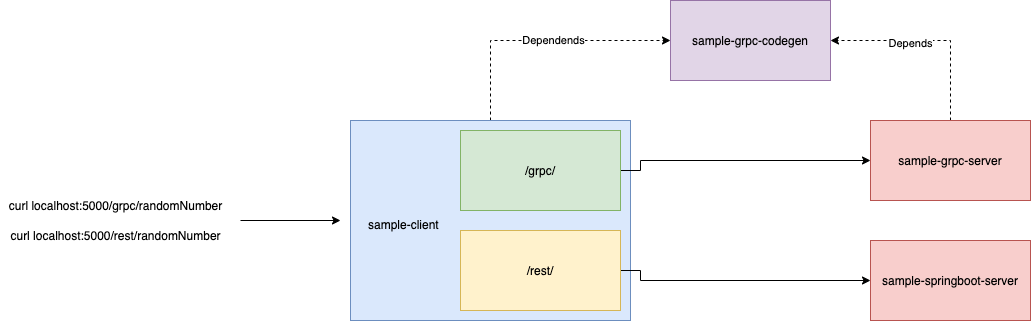
The draw.io diagram sample_grpc_project_architecture.png in recepinanc/spring-boot-grpc-benchmarking, before a commit. Source tidied: cells renumbered, new cells last; positions are measured from the earlier drawing's top-left corner, leaving out a move shared by most shapes. Source of this version:
```xml
<mxGraphModel>
  <root>
    <mxCell id="0" />
    <mxCell id="1" parent="0" />
    <mxCell id="2" value="sample-grpc-codegen" style="rounded=0;whiteSpace=wrap;html=1;fillColor=#e1d5e7;strokeColor=#9673a6;" parent="1" vertex="1">
      <mxGeometry x="670" width="160" height="80" as="geometry" />
    </mxCell>
    <mxCell id="3" style="edgeStyle=orthogonalEdgeStyle;rounded=0;jettySize=auto;html=1;exitX=0.5;exitY=0;exitDx=0;exitDy=0;entryX=1;entryY=0.5;entryDx=0;entryDy=0;dashed=1;" parent="1" edge="1" source="5" target="2">
      <mxGeometry relative="1" as="geometry" />
    </mxCell>
    <mxCell id="4" value="Depends" style="edgeLabel;html=1;align=center;verticalAlign=middle;" parent="3" vertex="1">
      <mxGeometry x="0.21" y="2" relative="1" as="geometry" />
    </mxCell>
    <mxCell id="5" value="sample-grpc-server" style="rounded=0;whiteSpace=wrap;html=1;fillColor=#f8cecc;strokeColor=#b85450;" parent="1" vertex="1">
      <mxGeometry x="870" y="120" width="160" height="80" as="geometry" />
    </mxCell>
    <mxCell id="6" value="sample-springboot-server" style="rounded=0;whiteSpace=wrap;html=1;fillColor=#f8cecc;strokeColor=#b85450;" parent="1" vertex="1">
      <mxGeometry x="870" y="240" width="160" height="80" as="geometry" />
    </mxCell>
    <mxCell id="7" style="edgeStyle=orthogonalEdgeStyle;rounded=0;jettySize=auto;html=1;exitX=0.5;exitY=0;exitDx=0;exitDy=0;entryX=0;entryY=0.5;entryDx=0;entryDy=0;dashed=1;" parent="1" edge="1" source="9" target="2">
      <mxGeometry relative="1" as="geometry" />
    </mxCell>
    <mxCell id="8" value="Dependends" style="edgeLabel;html=1;align=center;verticalAlign=middle;" parent="7" vertex="1">
      <mxGeometry x="0.09" y="1" relative="1" as="geometry" />
    </mxCell>
    <mxCell id="9" value="sample-client" style="rounded=0;whiteSpace=wrap;html=1;verticalAlign=middle;align=left;spacingLeft=16;spacingTop=8;fillColor=#dae8fc;strokeColor=#6c8ebf;" parent="1" vertex="1">
      <mxGeometry x="350" y="120" width="280" height="200" as="geometry" />
    </mxCell>
    <mxCell id="10" style="edgeStyle=orthogonalEdgeStyle;rounded=0;jettySize=auto;html=1;exitX=1;exitY=0.5;exitDx=0;exitDy=0;entryX=0;entryY=0.5;entryDx=0;entryDy=0;" parent="1" edge="1" source="11" target="5">
      <mxGeometry relative="1" as="geometry">
        <Array as="points">
          <mxPoint x="640" y="170" />
          <mxPoint x="640" y="160" />
        </Array>
      </mxGeometry>
    </mxCell>
    <mxCell id="11" value="/grpc/" style="rounded=0;whiteSpace=wrap;html=1;fillColor=#d5e8d4;strokeColor=#82b366;" parent="1" vertex="1">
      <mxGeometry x="460" y="130" width="160" height="80" as="geometry" />
    </mxCell>
    <mxCell id="12" style="edgeStyle=orthogonalEdgeStyle;rounded=0;jettySize=auto;html=1;exitX=1;exitY=0.5;exitDx=0;exitDy=0;entryX=0;entryY=0.5;entryDx=0;entryDy=0;" parent="1" edge="1" source="13" target="6">
      <mxGeometry relative="1" as="geometry">
        <Array as="points">
          <mxPoint x="640" y="270" />
          <mxPoint x="640" y="280" />
        </Array>
      </mxGeometry>
    </mxCell>
    <mxCell id="13" value="/rest/" style="rounded=0;whiteSpace=wrap;html=1;fillColor=#fff2cc;strokeColor=#d6b656;" parent="1" vertex="1">
      <mxGeometry x="460" y="230" width="160" height="80" as="geometry" />
    </mxCell>
    <mxCell id="14" value="curl localhost:5000/grpc/randomNumber" style="text;html=1;align=center;verticalAlign=middle;" parent="1" vertex="1">
      <mxGeometry y="195" width="230" height="20" as="geometry" />
    </mxCell>
    <mxCell id="15" value="curl localhost:5000/rest/randomNumber" style="text;html=1;align=center;verticalAlign=middle;" parent="1" vertex="1">
      <mxGeometry y="225" width="230" height="20" as="geometry" />
    </mxCell>
    <mxCell id="16" style="endArrow=classic;html=1;" parent="1" edge="1">
      <mxGeometry relative="1" as="geometry">
        <mxPoint x="240" y="220" as="sourcePoint" />
        <mxPoint x="340" y="220" as="targetPoint" />
      </mxGeometry>
    </mxCell>
  </root>
</mxGraphModel>
```
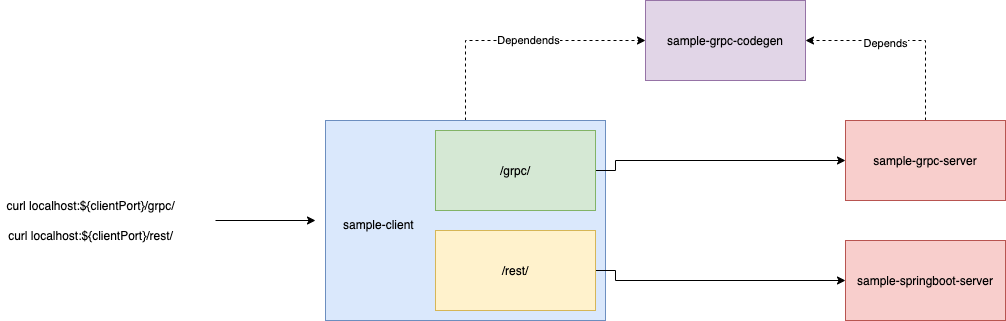
The same file after the commit.

Diff of the diagram source:
```diff
@@ -48,11 +48,11 @@
     <mxCell id="13" value="/rest/" style="rounded=0;whiteSpace=wrap;html=1;fillColor=#fff2cc;strokeColor=#d6b656;" parent="1" vertex="1">
       <mxGeometry x="460" y="230" width="160" height="80" as="geometry" />
     </mxCell>
-    <mxCell id="14" value="curl localhost:5000/grpc/randomNumber" style="text;html=1;align=center;verticalAlign=middle;" parent="1" vertex="1">
-      <mxGeometry y="195" width="230" height="20" as="geometry" />
+    <mxCell id="14" value="curl localhost:${clientPort}/grpc/" style="text;html=1;align=center;verticalAlign=middle;" parent="1" vertex="1">
+      <mxGeometry x="25" y="195" width="180" height="20" as="geometry" />
     </mxCell>
-    <mxCell id="15" value="curl localhost:5000/rest/randomNumber" style="text;html=1;align=center;verticalAlign=middle;" parent="1" vertex="1">
-      <mxGeometry y="225" width="230" height="20" as="geometry" />
+    <mxCell id="15" value="curl localhost:${clientPort}/rest/" style="text;html=1;align=center;verticalAlign=middle;" parent="1" vertex="1">
+      <mxGeometry x="25" y="225" width="180" height="20" as="geometry" />
     </mxCell>
     <mxCell id="16" style="endArrow=classic;html=1;" parent="1" edge="1">
       <mxGeometry relative="1" as="geometry">
```
